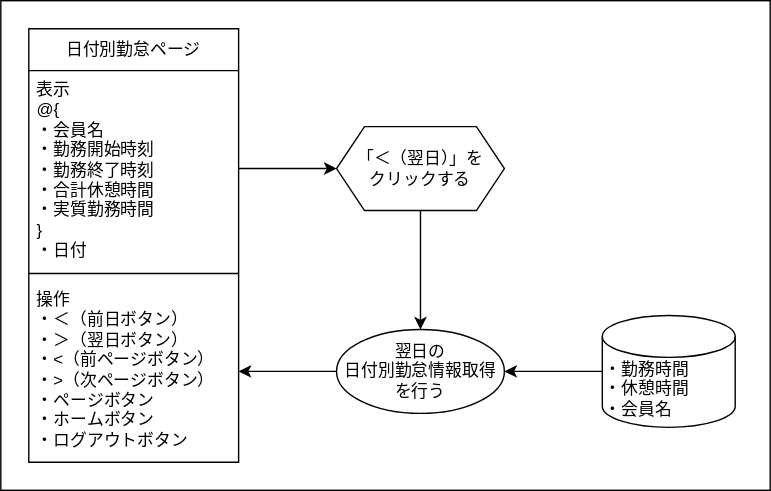
ryamao/atte keeps this draw.io diagram as doc/画面遷移図/日付別勤怠ページ/翌日.drawio.svg. Above is the earlier version. Source tidied: cells renumbered, new cells last; positions are measured from the earlier drawing's top-left corner, leaving out a move shared by most shapes.
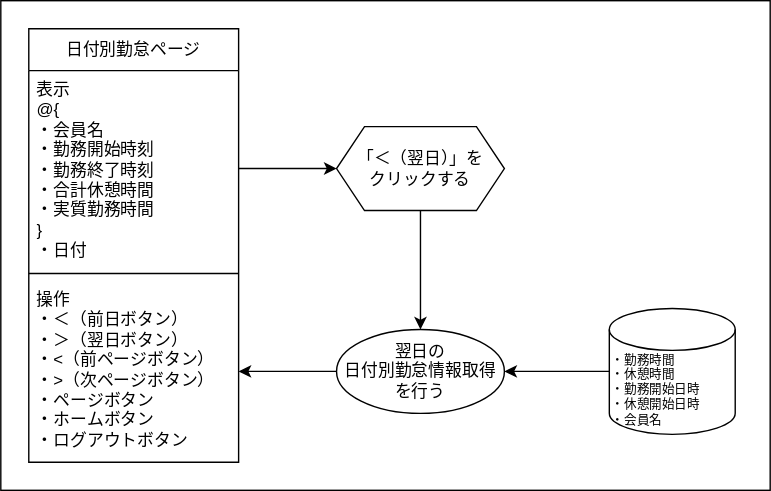
The same diagram one commit later.

Change to the diagram source:
```diff
@@ -32,11 +32,11 @@
     <mxCell id="11" style="edgeStyle=none;html=1;exitX=1;exitY=0.5;exitDx=0;exitDy=0;entryX=0;entryY=0.5;entryDx=0;entryDy=0;" parent="1" edge="1" source="4" target="8">
       <mxGeometry relative="1" as="geometry" />
     </mxCell>
-    <mxCell id="12" style="edgeStyle=none;html=1;exitX=0;exitY=0.5;exitDx=0;exitDy=0;exitPerimeter=0;" parent="1" edge="1" source="13" target="10">
+    <mxCell id="12" style="edgeStyle=none;html=1;exitX=0;exitY=0.5;exitDx=0;exitDy=0;exitPerimeter=0;" parent="1" edge="1" source="14" target="10">
       <mxGeometry relative="1" as="geometry" />
     </mxCell>
-    <mxCell id="13" value="　・勤務時間&lt;br&gt;　・休憩時間&lt;br&gt;　・会員名" style="shape=cylinder3;html=1;boundedLbl=1;backgroundOutline=1;size=15;align=left;" parent="1" vertex="1">
-      <mxGeometry x="430" y="225" width="95" height="80" as="geometry" />
-    </mxCell>
+    <mxCell id="14" value="・勤務時間&lt;br style=&quot;font-size: 9px;&quot;&gt;・休憩時間&lt;br style=&quot;font-size: 9px;&quot;&gt;・勤務開始日時&lt;br style=&quot;font-size: 9px;&quot;&gt;・休憩開始日時&lt;br style=&quot;font-size: 9px;&quot;&gt;・会員名" style="shape=cylinder3;html=1;boundedLbl=1;backgroundOutline=1;size=15;align=left;fontSize=9;" parent="1" vertex="1">
+      <mxGeometry x="435" y="220" width="90" height="90" as="geometry" />
+    </mxCell>
   </root>
 </mxGraphModel>
```
